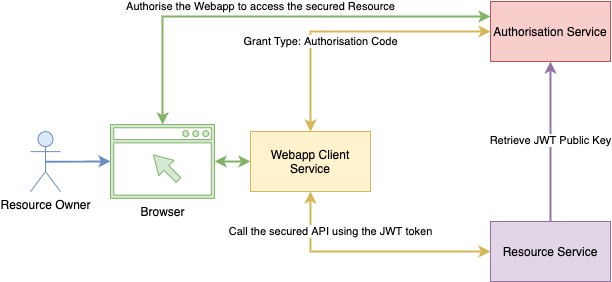
marcosolina/springboot_and_oauth2 keeps this draw.io diagram as misc/img/diagram.png. Above is the earlier version. Source tidied: cells renumbered, new cells last; positions are measured from the earlier drawing's top-left corner, leaving out a move shared by most shapes.
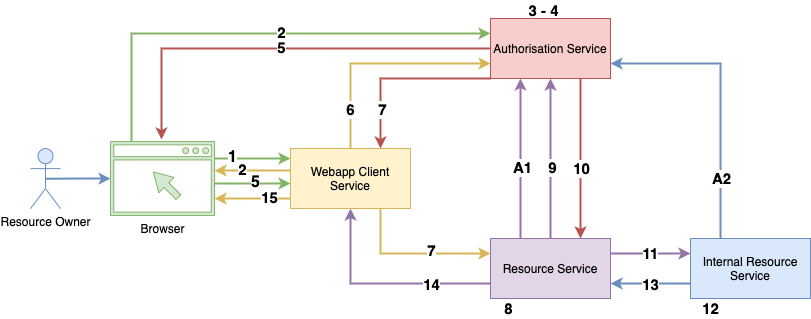
The same file after the commit.

Change to the diagram source:
```diff
@@ -2,34 +2,104 @@
   <root>
     <mxCell id="0" />
     <mxCell id="1" parent="0" />
-    <mxCell id="2" style="edgeStyle=orthogonalEdgeStyle;rounded=0;jettySize=auto;html=1;exitX=0.5;exitY=0;exitDx=0;exitDy=0;entryX=0;entryY=0.5;entryDx=0;entryDy=0;fillColor=#fff2cc;strokeColor=#d6b656;strokeWidth=2;startArrow=classic;startFill=1;" parent="1" edge="1" source="6" target="7">
+    <mxCell id="2" style="edgeStyle=orthogonalEdgeStyle;rounded=0;jettySize=auto;html=1;exitX=0.5;exitY=0;exitDx=0;exitDy=0;entryX=0;entryY=0.75;entryDx=0;entryDy=0;fillColor=#fff2cc;strokeColor=#d6b656;strokeWidth=2;startArrow=none;startFill=0;" parent="1" edge="1" source="6" target="7">
       <mxGeometry relative="1" as="geometry" />
     </mxCell>
-    <mxCell id="3" value="Grant Type: Authorisation Code" style="edgeLabel;html=1;align=center;verticalAlign=middle;" parent="2" vertex="1">
-      <mxGeometry x="0.25" y="-3" relative="1" as="geometry">
-        <mxPoint x="-65" y="7" as="offset" />
-      </mxGeometry>
-    </mxCell>
+    <mxCell id="17" value="&lt;font style=&quot;font-size: 15px&quot;&gt;&lt;b&gt;6&lt;/b&gt;&lt;/font&gt;" style="edgeLabel;html=1;align=center;verticalAlign=middle;" parent="2" vertex="1">
+      <mxGeometry x="-0.64" y="1" relative="1" as="geometry" />
+    </mxCell>
-    <mxCell id="4" style="edgeStyle=orthogonalEdgeStyle;rounded=0;jettySize=auto;html=1;exitX=0.5;exitY=1;exitDx=0;exitDy=0;entryX=0;entryY=0.5;entryDx=0;entryDy=0;fillColor=#fff2cc;strokeColor=#d6b656;strokeWidth=2;startArrow=classic;startFill=1;" parent="1" edge="1" source="6" target="10">
+    <mxCell id="4" style="edgeStyle=orthogonalEdgeStyle;rounded=0;jettySize=auto;html=1;exitX=0.75;exitY=1;exitDx=0;exitDy=0;entryX=0;entryY=0.25;entryDx=0;entryDy=0;fillColor=#fff2cc;strokeColor=#d6b656;strokeWidth=2;startArrow=none;startFill=0;" parent="1" edge="1" source="6" target="10">
       <mxGeometry relative="1" as="geometry" />
     </mxCell>
-    <mxCell id="5" value="Call the secured API using the JWT token" style="edgeLabel;html=1;align=center;verticalAlign=middle;" parent="4" vertex="1">
-      <mxGeometry y="-1" relative="1" as="geometry">
-        <mxPoint x="-40" y="-21" as="offset" />
-      </mxGeometry>
-    </mxCell>
+    <mxCell id="18" value="&lt;font style=&quot;font-size: 15px&quot;&gt;&lt;b&gt;7&lt;/b&gt;&lt;/font&gt;" style="edgeLabel;html=1;align=center;verticalAlign=middle;" parent="4" vertex="1">
+      <mxGeometry x="-0.47" y="19" relative="1" as="geometry">
+        <mxPoint x="31" as="offset" />
+      </mxGeometry>
+    </mxCell>
+    <mxCell id="19" style="edgeStyle=orthogonalEdgeStyle;rounded=0;orthogonalLoop=1;jettySize=auto;html=1;exitX=0;exitY=0.5;exitDx=0;exitDy=0;startArrow=none;startFill=0;strokeWidth=2;fillColor=#fff2cc;strokeColor=#d6b656;" parent="1" edge="1">
+      <mxGeometry relative="1" as="geometry">
+        <mxPoint x="260" y="152" as="sourcePoint" />
+        <mxPoint x="184.1" y="152.1" as="targetPoint" />
+        <Array as="points">
+          <mxPoint x="200" y="152" />
+          <mxPoint x="200" y="152" />
+        </Array>
+      </mxGeometry>
+    </mxCell>
+    <mxCell id="20" value="&lt;b&gt;&lt;font style=&quot;font-size: 15px&quot;&gt;2&lt;/font&gt;&lt;/b&gt;" style="edgeLabel;html=1;align=center;verticalAlign=middle;" parent="19" vertex="1">
+      <mxGeometry x="-0.26" y="-2" relative="1" as="geometry">
+        <mxPoint x="-21" as="offset" />
+      </mxGeometry>
+    </mxCell>
     <mxCell id="6" value="Webapp Client Service" style="rounded=0;whiteSpace=wrap;html=1;fillColor=#fff2cc;strokeColor=#d6b656;" parent="1" vertex="1">
-      <mxGeometry x="220" y="130" width="120" height="60" as="geometry" />
+      <mxGeometry x="260" y="130" width="120" height="60" as="geometry" />
     </mxCell>
+    <mxCell id="21" style="edgeStyle=orthogonalEdgeStyle;rounded=0;jettySize=auto;html=1;exitX=0;exitY=0.5;exitDx=0;exitDy=0;entryX=0.49;entryY=-0.028;entryDx=0;entryDy=0;entryPerimeter=0;startArrow=none;startFill=0;strokeWidth=2;fillColor=#f8cecc;strokeColor=#b85450;" parent="1" edge="1" source="7" target="16">
+      <mxGeometry relative="1" as="geometry" />
+    </mxCell>
+    <mxCell id="22" value="&lt;font style=&quot;font-size: 15px&quot;&gt;&lt;b&gt;5&lt;/b&gt;&lt;/font&gt;" style="edgeLabel;html=1;align=center;verticalAlign=middle;" parent="21" vertex="1">
+      <mxGeometry x="-0.21" y="-2" relative="1" as="geometry">
+        <mxPoint x="-45" as="offset" />
+      </mxGeometry>
+    </mxCell>
+    <mxCell id="23" style="edgeStyle=orthogonalEdgeStyle;rounded=0;jettySize=auto;html=1;exitX=0;exitY=1;exitDx=0;exitDy=0;entryX=0.75;entryY=0;entryDx=0;entryDy=0;startArrow=none;startFill=0;strokeWidth=2;fillColor=#f8cecc;strokeColor=#b85450;" parent="1" edge="1" source="7" target="6">
+      <mxGeometry relative="1" as="geometry">
+        <Array as="points">
+          <mxPoint x="350" y="60" />
+        </Array>
+      </mxGeometry>
+    </mxCell>
+    <mxCell id="24" value="&lt;font style=&quot;font-size: 15px&quot;&gt;&lt;b&gt;7&lt;/b&gt;&lt;/font&gt;" style="edgeLabel;html=1;align=center;verticalAlign=middle;" parent="23" vertex="1">
+      <mxGeometry x="0.21" y="29" relative="1" as="geometry">
+        <mxPoint y="1" as="offset" />
+      </mxGeometry>
+    </mxCell>
+    <mxCell id="25" style="edgeStyle=orthogonalEdgeStyle;rounded=0;jettySize=auto;html=1;exitX=0.75;exitY=1;exitDx=0;exitDy=0;entryX=0.75;entryY=0;entryDx=0;entryDy=0;startArrow=none;startFill=0;strokeWidth=2;fillColor=#f8cecc;strokeColor=#b85450;" parent="1" edge="1" source="7" target="10">
+      <mxGeometry relative="1" as="geometry" />
+    </mxCell>
+    <mxCell id="26" value="&lt;font style=&quot;font-size: 15px&quot;&gt;&lt;b&gt;10&lt;/b&gt;&lt;/font&gt;" style="edgeLabel;html=1;align=center;verticalAlign=middle;" parent="25" vertex="1">
+      <mxGeometry x="0.15" relative="1" as="geometry">
+        <mxPoint y="-3" as="offset" />
+      </mxGeometry>
+    </mxCell>
     <mxCell id="7" value="Authorisation Service" style="rounded=0;whiteSpace=wrap;html=1;fillColor=#f8cecc;strokeColor=#b85450;" parent="1" vertex="1">
       <mxGeometry x="460" width="120" height="60" as="geometry" />
     </mxCell>
-    <mxCell id="8" style="edgeStyle=orthogonalEdgeStyle;rounded=0;jettySize=auto;html=1;exitX=0.5;exitY=0;exitDx=0;exitDy=0;entryX=0.5;entryY=1;entryDx=0;entryDy=0;fillColor=#e1d5e7;strokeColor=#9673a6;strokeWidth=2;" parent="1" edge="1" source="10" target="7">
-      <mxGeometry relative="1" as="geometry" />
+    <mxCell id="8" style="edgeStyle=orthogonalEdgeStyle;rounded=0;jettySize=auto;html=1;exitX=0.25;exitY=0;exitDx=0;exitDy=0;entryX=0.25;entryY=1;entryDx=0;entryDy=0;fillColor=#e1d5e7;strokeColor=#9673a6;strokeWidth=2;" parent="1" edge="1" source="10" target="7">
+      <mxGeometry relative="1" as="geometry">
+        <Array as="points">
+          <mxPoint x="490" y="140" />
+          <mxPoint x="490" y="140" />
+        </Array>
+      </mxGeometry>
     </mxCell>
-    <mxCell id="9" value="Retrieve JWT Public Key" style="edgeLabel;html=1;align=center;verticalAlign=middle;" parent="8" vertex="1">
-      <mxGeometry x="0.02" relative="1" as="geometry" />
-    </mxCell>
+    <mxCell id="27" value="&lt;b&gt;&lt;font style=&quot;font-size: 15px&quot;&gt;A1&lt;/font&gt;&lt;/b&gt;" style="edgeLabel;html=1;align=center;verticalAlign=middle;" parent="8" vertex="1">
+      <mxGeometry x="-0.1" y="-1" relative="1" as="geometry" />
+    </mxCell>
+    <mxCell id="28" style="edgeStyle=orthogonalEdgeStyle;rounded=0;jettySize=auto;html=1;exitX=0.5;exitY=0;exitDx=0;exitDy=0;entryX=0.5;entryY=1;entryDx=0;entryDy=0;startArrow=none;startFill=0;strokeWidth=2;fillColor=#e1d5e7;strokeColor=#9673a6;" parent="1" edge="1" source="10" target="7">
+      <mxGeometry relative="1" as="geometry" />
+    </mxCell>
+    <mxCell id="29" value="&lt;font style=&quot;font-size: 15px&quot;&gt;&lt;b&gt;9&lt;/b&gt;&lt;/font&gt;" style="edgeLabel;html=1;align=center;verticalAlign=middle;" parent="28" vertex="1">
+      <mxGeometry x="-0.14" y="-1" relative="1" as="geometry">
+        <mxPoint y="-3" as="offset" />
+      </mxGeometry>
+    </mxCell>
+    <mxCell id="30" style="edgeStyle=orthogonalEdgeStyle;rounded=0;jettySize=auto;html=1;exitX=1;exitY=0.25;exitDx=0;exitDy=0;entryX=0;entryY=0.25;entryDx=0;entryDy=0;startArrow=none;startFill=0;strokeWidth=2;fillColor=#e1d5e7;strokeColor=#9673a6;" parent="1" edge="1" source="10" target="39">
+      <mxGeometry relative="1" as="geometry" />
+    </mxCell>
+    <mxCell id="31" value="&lt;b&gt;&lt;font style=&quot;font-size: 15px&quot;&gt;11&lt;/font&gt;&lt;/b&gt;" style="edgeLabel;html=1;align=center;verticalAlign=middle;" parent="30" vertex="1">
+      <mxGeometry x="-0.28" y="1" relative="1" as="geometry">
+        <mxPoint x="10" as="offset" />
+      </mxGeometry>
+    </mxCell>
+    <mxCell id="32" style="edgeStyle=orthogonalEdgeStyle;rounded=0;jettySize=auto;html=1;exitX=0;exitY=0.75;exitDx=0;exitDy=0;entryX=0.5;entryY=1;entryDx=0;entryDy=0;startArrow=none;startFill=0;strokeWidth=2;fillColor=#e1d5e7;strokeColor=#9673a6;" parent="1" edge="1" source="10" target="6">
+      <mxGeometry relative="1" as="geometry" />
+    </mxCell>
+    <mxCell id="33" value="&lt;font style=&quot;font-size: 15px&quot;&gt;&lt;b&gt;14&lt;/b&gt;&lt;/font&gt;" style="edgeLabel;html=1;align=center;verticalAlign=middle;" parent="32" vertex="1">
+      <mxGeometry x="-0.45" relative="1" as="geometry">
+        <mxPoint x="-1" as="offset" />
+      </mxGeometry>
+    </mxCell>
     <mxCell id="10" value="Resource Service" style="rounded=0;whiteSpace=wrap;html=1;fillColor=#e1d5e7;strokeColor=#9673a6;" parent="1" vertex="1">
       <mxGeometry x="460" y="220" width="120" height="60" as="geometry" />
     </mxCell>
@@ -39,23 +109,84 @@
     <mxCell id="12" value="Resource Owner" style="shape=umlActor;verticalLabelPosition=bottom;labelBackgroundColor=#ffffff;verticalAlign=top;html=1;outlineConnect=0;fillColor=#dae8fc;strokeColor=#6c8ebf;" parent="1" vertex="1">
       <mxGeometry y="130.1" width="30" height="60" as="geometry" />
     </mxCell>
-    <mxCell id="13" style="edgeStyle=orthogonalEdgeStyle;rounded=0;jettySize=auto;html=1;entryX=0;entryY=0.5;entryDx=0;entryDy=0;fillColor=#d5e8d4;strokeColor=#82b366;strokeWidth=2;startArrow=classic;startFill=1;" parent="1" edge="1" source="16" target="6">
-      <mxGeometry relative="1" as="geometry" />
-    </mxCell>
-    <mxCell id="14" style="edgeStyle=orthogonalEdgeStyle;rounded=0;jettySize=auto;html=1;entryX=0;entryY=0.25;entryDx=0;entryDy=0;strokeWidth=2;fillColor=#d5e8d4;strokeColor=#82b366;endArrow=classic;endFill=1;jumpStyle=arc;startArrow=classic;startFill=1;" parent="1" edge="1" source="16" target="7">
+    <mxCell id="14" style="edgeStyle=orthogonalEdgeStyle;rounded=0;jettySize=auto;html=1;entryX=0;entryY=0.25;entryDx=0;entryDy=0;strokeWidth=2;fillColor=#d5e8d4;strokeColor=#82b366;endArrow=classic;endFill=1;jumpStyle=arc;startArrow=none;startFill=0;" parent="1" edge="1" target="7">
       <mxGeometry relative="1" as="geometry">
+        <mxPoint x="101.1" y="123.1" as="sourcePoint" />
         <Array as="points">
-          <mxPoint x="132" y="15" />
+          <mxPoint x="101" y="15" />
         </Array>
       </mxGeometry>
     </mxCell>
-    <mxCell id="15" value="Authorise the Webapp to access the secured Resource" style="edgeLabel;html=1;align=center;verticalAlign=middle;" parent="14" vertex="1">
-      <mxGeometry x="-0.5" y="-57" relative="1" as="geometry">
-        <mxPoint x="97.6" y="-67" as="offset" />
-      </mxGeometry>
-    </mxCell>
+    <mxCell id="34" value="&lt;font style=&quot;font-size: 15px&quot;&gt;&lt;b&gt;2&lt;/b&gt;&lt;/font&gt;" style="edgeLabel;html=1;align=center;verticalAlign=middle;" parent="14" vertex="1">
+      <mxGeometry x="-0.83" y="-1" relative="1" as="geometry">
+        <mxPoint x="147.9" y="-71.1" as="offset" />
+      </mxGeometry>
+    </mxCell>
     <mxCell id="16" value="Browser" style="shadow=0;dashed=0;html=1;strokeColor=#82b366;fillColor=#d5e8d4;labelPosition=center;verticalLabelPosition=bottom;verticalAlign=top;align=center;outlineConnect=0;shape=mxgraph.vvd.web_browser;" parent="1" vertex="1">
-      <mxGeometry x="80" y="123" width="104" height="73.9" as="geometry" />
+      <mxGeometry x="80" y="123.1" width="104" height="73.9" as="geometry" />
     </mxCell>
+    <mxCell id="35" style="edgeStyle=orthogonalEdgeStyle;rounded=0;jettySize=auto;html=1;exitX=0.25;exitY=0;exitDx=0;exitDy=0;entryX=1;entryY=0.75;entryDx=0;entryDy=0;startArrow=none;startFill=0;strokeWidth=2;fillColor=#dae8fc;strokeColor=#6c8ebf;" parent="1" edge="1" source="39" target="7">
+      <mxGeometry relative="1" as="geometry" />
+    </mxCell>
+    <mxCell id="36" value="&lt;b&gt;&lt;font style=&quot;font-size: 15px&quot;&gt;A2&lt;/font&gt;&lt;/b&gt;" style="edgeLabel;html=1;align=center;verticalAlign=middle;" parent="35" vertex="1">
+      <mxGeometry x="-0.57" relative="1" as="geometry" />
+    </mxCell>
+    <mxCell id="37" style="edgeStyle=orthogonalEdgeStyle;rounded=0;jettySize=auto;html=1;exitX=0;exitY=0.75;exitDx=0;exitDy=0;entryX=1;entryY=0.75;entryDx=0;entryDy=0;startArrow=none;startFill=0;strokeWidth=2;fillColor=#dae8fc;strokeColor=#6c8ebf;" parent="1" edge="1" source="39" target="10">
+      <mxGeometry relative="1" as="geometry" />
+    </mxCell>
+    <mxCell id="38" value="&lt;b&gt;&lt;font style=&quot;font-size: 15px&quot;&gt;13&lt;/font&gt;&lt;/b&gt;" style="edgeLabel;html=1;align=center;verticalAlign=middle;" parent="37" vertex="1">
+      <mxGeometry x="-0.03" relative="1" as="geometry">
+        <mxPoint x="-2" as="offset" />
+      </mxGeometry>
+    </mxCell>
+    <mxCell id="39" value="Internal Resource Service" style="rounded=0;whiteSpace=wrap;html=1;fillColor=#dae8fc;strokeColor=#6c8ebf;" parent="1" vertex="1">
+      <mxGeometry x="660" y="220" width="120" height="60" as="geometry" />
+    </mxCell>
+    <mxCell id="40" style="endArrow=classic;html=1;entryX=0;entryY=0.5;entryDx=0;entryDy=0;fillColor=#d5e8d4;strokeColor=#82b366;strokeWidth=2;" parent="1" edge="1">
+      <mxGeometry relative="1" as="geometry">
+        <mxPoint x="184" y="165" as="sourcePoint" />
+        <mxPoint x="260" y="165" as="targetPoint" />
+      </mxGeometry>
+    </mxCell>
+    <mxCell id="41" value="&lt;b&gt;&lt;font style=&quot;font-size: 16px&quot;&gt;5&lt;/font&gt;&lt;/b&gt;" style="edgeLabel;html=1;align=center;verticalAlign=middle;" parent="40" vertex="1">
+      <mxGeometry x="-0.13" y="2" relative="1" as="geometry">
+        <mxPoint x="7" as="offset" />
+      </mxGeometry>
+    </mxCell>
+    <mxCell id="42" value="&lt;font style=&quot;font-size: 15px&quot;&gt;&lt;b&gt;3 - 4&lt;/b&gt;&lt;/font&gt;" style="text;html=1;align=center;verticalAlign=middle;" parent="1" vertex="1">
+      <mxGeometry x="488" y="-18" width="50" height="20" as="geometry" />
+    </mxCell>
+    <mxCell id="43" style="endArrow=classic;html=1;entryX=0;entryY=0.5;entryDx=0;entryDy=0;fillColor=#d5e8d4;strokeColor=#82b366;strokeWidth=2;" parent="1" edge="1">
+      <mxGeometry relative="1" as="geometry">
+        <mxPoint x="184" y="140" as="sourcePoint" />
+        <mxPoint x="260" y="140" as="targetPoint" />
+      </mxGeometry>
+    </mxCell>
+    <mxCell id="44" value="&lt;b&gt;&lt;font style=&quot;font-size: 16px&quot;&gt;1&lt;/font&gt;&lt;/b&gt;" style="edgeLabel;html=1;align=center;verticalAlign=middle;" parent="43" vertex="1">
+      <mxGeometry x="-0.13" y="2" relative="1" as="geometry">
+        <mxPoint x="-16" as="offset" />
+      </mxGeometry>
+    </mxCell>
+    <mxCell id="45" value="&lt;font style=&quot;font-size: 15px&quot;&gt;&lt;b&gt;8&lt;/b&gt;&lt;/font&gt;" style="text;html=1;align=center;verticalAlign=middle;" parent="1" vertex="1">
+      <mxGeometry x="468" y="280" width="20" height="20" as="geometry" />
+    </mxCell>
+    <mxCell id="46" value="&lt;font style=&quot;font-size: 15px&quot;&gt;&lt;b&gt;12&lt;/b&gt;&lt;/font&gt;" style="text;html=1;align=center;verticalAlign=middle;" parent="1" vertex="1">
+      <mxGeometry x="665" y="280" width="30" height="20" as="geometry" />
+    </mxCell>
+    <mxCell id="47" style="edgeStyle=orthogonalEdgeStyle;rounded=0;orthogonalLoop=1;jettySize=auto;html=1;exitX=0;exitY=0.5;exitDx=0;exitDy=0;startArrow=none;startFill=0;strokeWidth=2;fillColor=#fff2cc;strokeColor=#d6b656;" parent="1" edge="1">
+      <mxGeometry relative="1" as="geometry">
+        <mxPoint x="260" y="180" as="sourcePoint" />
+        <mxPoint x="184.1" y="180.1" as="targetPoint" />
+        <Array as="points">
+          <mxPoint x="200" y="180" />
+          <mxPoint x="200" y="180" />
+        </Array>
+      </mxGeometry>
+    </mxCell>
+    <mxCell id="48" value="&lt;b&gt;&lt;font style=&quot;font-size: 15px&quot;&gt;15&lt;/font&gt;&lt;/b&gt;" style="edgeLabel;html=1;align=center;verticalAlign=middle;" parent="47" vertex="1">
+      <mxGeometry x="-0.26" y="-2" relative="1" as="geometry">
+        <mxPoint x="6" as="offset" />
+      </mxGeometry>
+    </mxCell>
   </root>
 </mxGraphModel>
```
